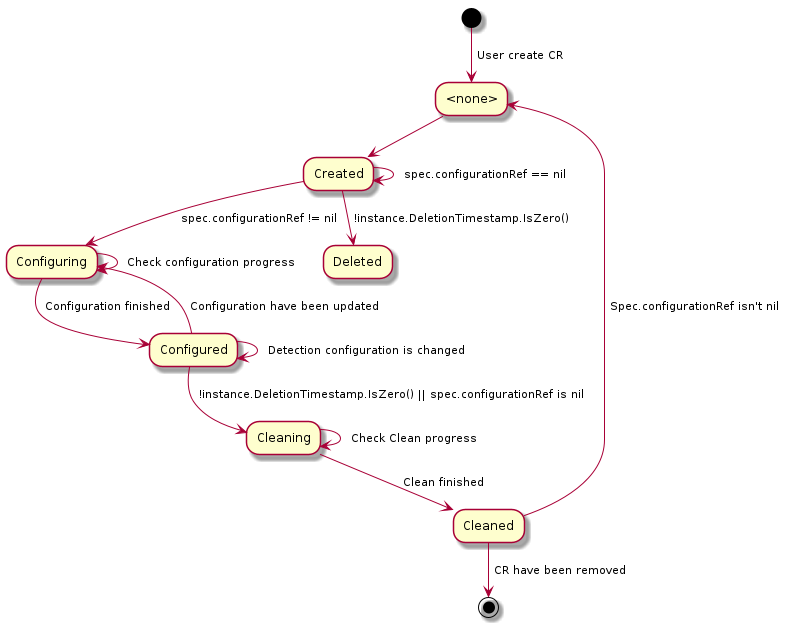
This is docs/state.png from Hellcatlk/network-operator, a PlantUML export, as it was before one commit.
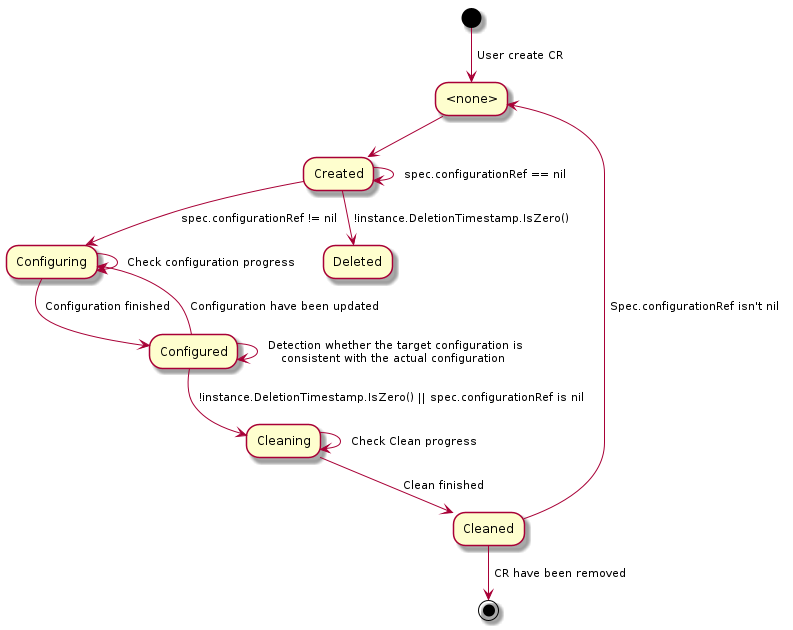
Later version of the same file.

Change to the diagram source:
```diff
@@ -12,7 +12,7 @@
 "Configuring" --> [ Configuration finished ] "Configured"
 
 "Configured" --> [ Configuration have been updated ] "Configuring"
-"Configured" --> [ Detection configuration is changed ] "Configured"
+"Configured" --> [ Detection whether the target configuration is\n consistent with the actual configuration ] "Configured"
 "Configured" --> [ !instance.DeletionTimestamp.IsZero() || spec.configurationRef is nil ] "Cleaning"
 
 "Cleaning" --> [ Check Clean progress ] "Cleaning"
```
